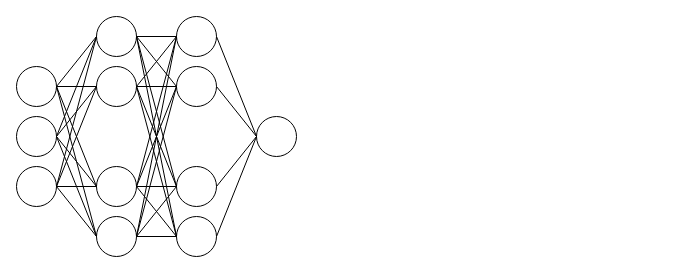
This is INR.drawio from vengjean/drawings, a draw.io file, before an edit. Source tidied: cells renumbered, new cells numbered last; positions are measured from the earlier drawing's top-left corner, leaving out a move shared by most shapes. Both pictures are drawn from the tidied source at 100%, with x=0, y=0 at pixel (16, -14).
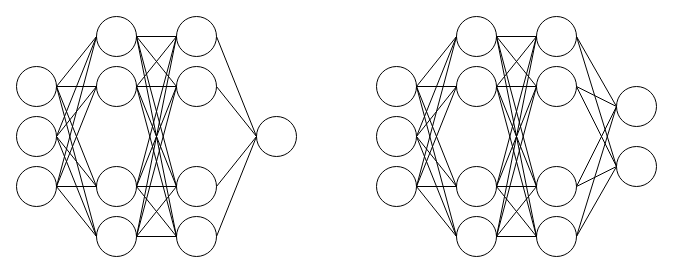
The same diagram, later.

Change to the diagram source:
```diff
@@
+    <mxCell id="47" style="ellipse;whiteSpace=wrap;html=1;" parent="1" vertex="1">
+      <mxGeometry x="520" y="30" width="40" height="40" as="geometry" />
+    </mxCell>
+    <mxCell id="48" style="ellipse;whiteSpace=wrap;html=1;" parent="1" vertex="1">
+      <mxGeometry x="520" y="80" width="40" height="40" as="geometry" />
+    </mxCell>
+    <mxCell id="49" style="ellipse;whiteSpace=wrap;html=1;" parent="1" vertex="1">
+      <mxGeometry x="520" y="180" width="40" height="40" as="geometry" />
+    </mxCell>
+    <mxCell id="50" style="ellipse;whiteSpace=wrap;html=1;" parent="1" vertex="1">
+      <mxGeometry x="520" y="230" width="40" height="40" as="geometry" />
+    </mxCell>
+    <mxCell id="51" style="ellipse;whiteSpace=wrap;html=1;" parent="1" vertex="1">
+      <mxGeometry x="600" y="100" width="40" height="40" as="geometry" />
+    </mxCell>
+    <mxCell id="52" style="endArrow=none;html=1;rounded=0;entryX=1;entryY=0.5;entryDx=0;entryDy=0;exitX=0;exitY=0.5;exitDx=0;exitDy=0;" parent="1" edge="1" source="51" target="47">
+      <mxGeometry relative="1" as="geometry" />
+    </mxCell>
+    <mxCell id="53" style="endArrow=none;html=1;rounded=0;entryX=1;entryY=0.5;entryDx=0;entryDy=0;exitX=0;exitY=0.5;exitDx=0;exitDy=0;" parent="1" edge="1" source="51" target="48">
+      <mxGeometry relative="1" as="geometry" />
+    </mxCell>
+    <mxCell id="54" style="endArrow=none;html=1;rounded=0;entryX=0;entryY=0.5;entryDx=0;entryDy=0;exitX=1;exitY=0.5;exitDx=0;exitDy=0;" parent="1" edge="1" source="49" target="51">
+      <mxGeometry relative="1" as="geometry" />
+    </mxCell>
+    <mxCell id="55" style="endArrow=none;html=1;rounded=0;entryX=0;entryY=0.5;entryDx=0;entryDy=0;exitX=1;exitY=0.5;exitDx=0;exitDy=0;" parent="1" edge="1" source="50" target="51">
+      <mxGeometry relative="1" as="geometry" />
+    </mxCell>
+    <mxCell id="56" style="endArrow=none;html=1;rounded=0;exitX=1;exitY=0.5;exitDx=0;exitDy=0;entryX=0;entryY=0.5;entryDx=0;entryDy=0;" parent="1" edge="1" source="63" target="49">
+      <mxGeometry relative="1" as="geometry" />
+    </mxCell>
+    <mxCell id="57" style="ellipse;whiteSpace=wrap;html=1;" parent="1" vertex="1">
+      <mxGeometry x="360" y="80" width="40" height="40" as="geometry" />
+    </mxCell>
+    <mxCell id="58" style="ellipse;whiteSpace=wrap;html=1;" parent="1" vertex="1">
+      <mxGeometry x="360" y="130" width="40" height="40" as="geometry" />
+    </mxCell>
+    <mxCell id="59" style="ellipse;whiteSpace=wrap;html=1;" parent="1" vertex="1">
+      <mxGeometry x="360" y="180" width="40" height="40" as="geometry" />
+    </mxCell>
+    <mxCell id="60" style="ellipse;whiteSpace=wrap;html=1;" parent="1" vertex="1">
+      <mxGeometry x="440" y="30" width="40" height="40" as="geometry" />
+    </mxCell>
+    <mxCell id="61" style="ellipse;whiteSpace=wrap;html=1;" parent="1" vertex="1">
+      <mxGeometry x="440" y="80" width="40" height="40" as="geometry" />
+    </mxCell>
+    <mxCell id="62" style="ellipse;whiteSpace=wrap;html=1;" parent="1" vertex="1">
+      <mxGeometry x="440" y="180" width="40" height="40" as="geometry" />
+    </mxCell>
+    <mxCell id="63" style="ellipse;whiteSpace=wrap;html=1;" parent="1" vertex="1">
+      <mxGeometry x="440" y="230" width="40" height="40" as="geometry" />
+    </mxCell>
+    <mxCell id="64" style="endArrow=none;html=1;rounded=0;exitX=1;exitY=0.5;exitDx=0;exitDy=0;entryX=0;entryY=0.5;entryDx=0;entryDy=0;" parent="1" edge="1" source="57" target="60">
+      <mxGeometry relative="1" as="geometry" />
+    </mxCell>
+    <mxCell id="65" style="endArrow=none;html=1;rounded=0;entryX=0;entryY=0.5;entryDx=0;entryDy=0;exitX=1;exitY=0.5;exitDx=0;exitDy=0;" parent="1" edge="1" source="57" target="61">
+      <mxGeometry relative="1" as="geometry" />
+    </mxCell>
+    <mxCell id="66" style="endArrow=none;html=1;rounded=0;entryX=0;entryY=0.5;entryDx=0;entryDy=0;exitX=1;exitY=0.5;exitDx=0;exitDy=0;" parent="1" edge="1" source="57" target="62">
+      <mxGeometry relative="1" as="geometry" />
+    </mxCell>
+    <mxCell id="67" style="endArrow=none;html=1;rounded=0;entryX=0;entryY=0.5;entryDx=0;entryDy=0;exitX=1;exitY=0.5;exitDx=0;exitDy=0;" parent="1" edge="1" source="57" target="63">
+      <mxGeometry relative="1" as="geometry" />
+    </mxCell>
+    <mxCell id="68" style="endArrow=none;html=1;rounded=0;entryX=0;entryY=0.5;entryDx=0;entryDy=0;exitX=1;exitY=0.5;exitDx=0;exitDy=0;" parent="1" edge="1" source="58" target="61">
+      <mxGeometry relative="1" as="geometry" />
+    </mxCell>
+    <mxCell id="69" style="endArrow=none;html=1;rounded=0;entryX=0;entryY=0.5;entryDx=0;entryDy=0;exitX=1;exitY=0.5;exitDx=0;exitDy=0;" parent="1" edge="1" source="58" target="62">
+      <mxGeometry relative="1" as="geometry" />
+    </mxCell>
+    <mxCell id="70" style="endArrow=none;html=1;rounded=0;entryX=0;entryY=0.5;entryDx=0;entryDy=0;exitX=1;exitY=0.5;exitDx=0;exitDy=0;" parent="1" edge="1" source="58" target="63">
+      <mxGeometry relative="1" as="geometry" />
+    </mxCell>
+    <mxCell id="71" style="endArrow=none;html=1;rounded=0;entryX=0;entryY=0.5;entryDx=0;entryDy=0;exitX=1;exitY=0.5;exitDx=0;exitDy=0;" parent="1" edge="1" source="58" target="60">
+      <mxGeometry relative="1" as="geometry" />
+    </mxCell>
+    <mxCell id="72" style="endArrow=none;html=1;rounded=0;entryX=0;entryY=0.5;entryDx=0;entryDy=0;exitX=1;exitY=0.5;exitDx=0;exitDy=0;" parent="1" edge="1" source="59" target="62">
+      <mxGeometry relative="1" as="geometry" />
+    </mxCell>
+    <mxCell id="73" style="endArrow=none;html=1;rounded=0;entryX=0;entryY=0.5;entryDx=0;entryDy=0;exitX=1;exitY=0.5;exitDx=0;exitDy=0;" parent="1" edge="1" source="59" target="63">
+      <mxGeometry relative="1" as="geometry" />
+    </mxCell>
+    <mxCell id="74" style="endArrow=none;html=1;rounded=0;entryX=0;entryY=0.5;entryDx=0;entryDy=0;exitX=1;exitY=0.5;exitDx=0;exitDy=0;" parent="1" edge="1" source="59" target="60">
+      <mxGeometry relative="1" as="geometry" />
+    </mxCell>
+    <mxCell id="75" style="endArrow=none;html=1;rounded=0;exitX=1;exitY=0.5;exitDx=0;exitDy=0;entryX=0;entryY=0.5;entryDx=0;entryDy=0;" parent="1" edge="1" source="59" target="61">
+      <mxGeometry relative="1" as="geometry" />
+    </mxCell>
+    <mxCell id="76" style="endArrow=none;html=1;rounded=0;exitX=1;exitY=0.5;exitDx=0;exitDy=0;entryX=0;entryY=0.5;entryDx=0;entryDy=0;" parent="1" edge="1" source="61" target="47">
+      <mxGeometry relative="1" as="geometry" />
+    </mxCell>
+    <mxCell id="77" style="endArrow=none;html=1;rounded=0;entryX=0;entryY=0.5;entryDx=0;entryDy=0;exitX=1;exitY=0.5;exitDx=0;exitDy=0;" parent="1" edge="1" source="61" target="48">
+      <mxGeometry relative="1" as="geometry" />
+    </mxCell>
+    <mxCell id="78" style="endArrow=none;html=1;rounded=0;entryX=0;entryY=0.5;entryDx=0;entryDy=0;" parent="1" edge="1" target="49">
+      <mxGeometry relative="1" as="geometry">
+        <mxPoint x="480" y="100" as="sourcePoint" />
+      </mxGeometry>
+    </mxCell>
+    <mxCell id="79" style="endArrow=none;html=1;rounded=0;entryX=0;entryY=0.5;entryDx=0;entryDy=0;exitX=1;exitY=0.5;exitDx=0;exitDy=0;" parent="1" edge="1" source="61" target="50">
+      <mxGeometry relative="1" as="geometry" />
+    </mxCell>
+    <mxCell id="80" style="endArrow=none;html=1;rounded=0;entryX=0;entryY=0.5;entryDx=0;entryDy=0;exitX=1;exitY=0.5;exitDx=0;exitDy=0;" parent="1" edge="1" source="62" target="49">
+      <mxGeometry relative="1" as="geometry" />
+    </mxCell>
+    <mxCell id="81" style="endArrow=none;html=1;rounded=0;entryX=0;entryY=0.5;entryDx=0;entryDy=0;exitX=1;exitY=0.5;exitDx=0;exitDy=0;" parent="1" edge="1" source="62" target="50">
+      <mxGeometry relative="1" as="geometry" />
+    </mxCell>
+    <mxCell id="82" style="endArrow=none;html=1;rounded=0;entryX=0;entryY=0.5;entryDx=0;entryDy=0;exitX=1;exitY=0.5;exitDx=0;exitDy=0;" parent="1" edge="1" source="62" target="47">
+      <mxGeometry relative="1" as="geometry" />
+    </mxCell>
+    <mxCell id="83" style="endArrow=none;html=1;rounded=0;entryX=0;entryY=0.5;entryDx=0;entryDy=0;exitX=1;exitY=0.5;exitDx=0;exitDy=0;" parent="1" edge="1" source="62" target="48">
+      <mxGeometry relative="1" as="geometry" />
+    </mxCell>
+    <mxCell id="84" style="endArrow=none;html=1;rounded=0;entryX=0;entryY=0.5;entryDx=0;entryDy=0;exitX=1;exitY=0.5;exitDx=0;exitDy=0;" parent="1" edge="1" source="60" target="47">
+      <mxGeometry relative="1" as="geometry" />
+    </mxCell>
+    <mxCell id="85" style="endArrow=none;html=1;rounded=0;entryX=0;entryY=0.5;entryDx=0;entryDy=0;exitX=1;exitY=0.5;exitDx=0;exitDy=0;" parent="1" edge="1" source="63" target="47">
+      <mxGeometry relative="1" as="geometry" />
+    </mxCell>
+    <mxCell id="86" style="endArrow=none;html=1;rounded=0;entryX=0;entryY=0.5;entryDx=0;entryDy=0;exitX=1;exitY=0.5;exitDx=0;exitDy=0;" parent="1" edge="1" source="63" target="50">
+      <mxGeometry relative="1" as="geometry" />
+    </mxCell>
+    <mxCell id="87" style="endArrow=none;html=1;rounded=0;entryX=0;entryY=0.5;entryDx=0;entryDy=0;exitX=1;exitY=0.5;exitDx=0;exitDy=0;" parent="1" edge="1" source="60" target="50">
+      <mxGeometry relative="1" as="geometry" />
+    </mxCell>
+    <mxCell id="88" style="endArrow=none;html=1;rounded=0;entryX=0;entryY=0.5;entryDx=0;entryDy=0;exitX=1;exitY=0.5;exitDx=0;exitDy=0;" parent="1" edge="1" source="60" target="48">
+      <mxGeometry relative="1" as="geometry" />
+    </mxCell>
+    <mxCell id="89" style="endArrow=none;html=1;rounded=0;entryX=0;entryY=0.5;entryDx=0;entryDy=0;exitX=1;exitY=0.5;exitDx=0;exitDy=0;" parent="1" edge="1" source="60" target="49">
+      <mxGeometry relative="1" as="geometry" />
+    </mxCell>
+    <mxCell id="90" style="endArrow=none;html=1;rounded=0;entryX=0;entryY=0.5;entryDx=0;entryDy=0;exitX=1;exitY=0.5;exitDx=0;exitDy=0;" parent="1" edge="1" source="63" target="48">
+      <mxGeometry relative="1" as="geometry" />
+    </mxCell>
+    <mxCell id="91" style="ellipse;whiteSpace=wrap;html=1;" parent="1" vertex="1">
+      <mxGeometry x="600" y="160" width="40" height="40" as="geometry" />
+    </mxCell>
+    <mxCell id="92" style="endArrow=none;html=1;rounded=0;entryX=1;entryY=0.5;entryDx=0;entryDy=0;exitX=0;exitY=0.5;exitDx=0;exitDy=0;" parent="1" edge="1" source="91" target="47">
+      <mxGeometry relative="1" as="geometry" />
+    </mxCell>
+    <mxCell id="93" style="endArrow=none;html=1;rounded=0;entryX=1;entryY=0.5;entryDx=0;entryDy=0;exitX=0;exitY=0.5;exitDx=0;exitDy=0;" parent="1" edge="1" source="91" target="48">
+      <mxGeometry relative="1" as="geometry" />
+    </mxCell>
+    <mxCell id="94" style="endArrow=none;html=1;rounded=0;entryX=0;entryY=0.5;entryDx=0;entryDy=0;exitX=1;exitY=0.5;exitDx=0;exitDy=0;" parent="1" edge="1" source="49" target="91">
+      <mxGeometry relative="1" as="geometry" />
+    </mxCell>
+    <mxCell id="95" style="endArrow=none;html=1;rounded=0;entryX=0;entryY=0.5;entryDx=0;entryDy=0;exitX=1;exitY=0.5;exitDx=0;exitDy=0;" parent="1" edge="1" source="50" target="91">
+      <mxGeometry relative="1" as="geometry" />
+    </mxCell>
```
